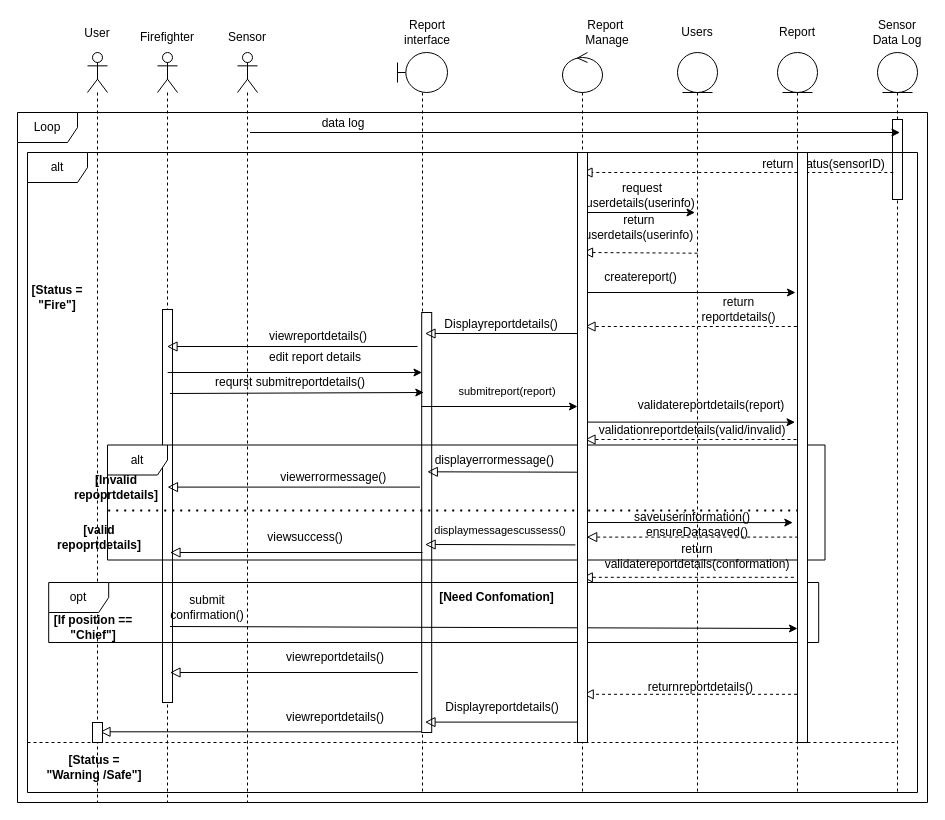
This is page "Report Management SD" (8 of 12) of doc/PSM.drawio from SNFASA/AI-Fire-Monitoring-System, a draw.io file, before an edit. Source tidied: cells renumbered, new cells numbered last; positions are measured from the earlier drawing's top-left corner, leaving out a move shared by most shapes. Both pictures are drawn from the tidied source at 100%, with x=0, y=0 at pixel (17, 17).
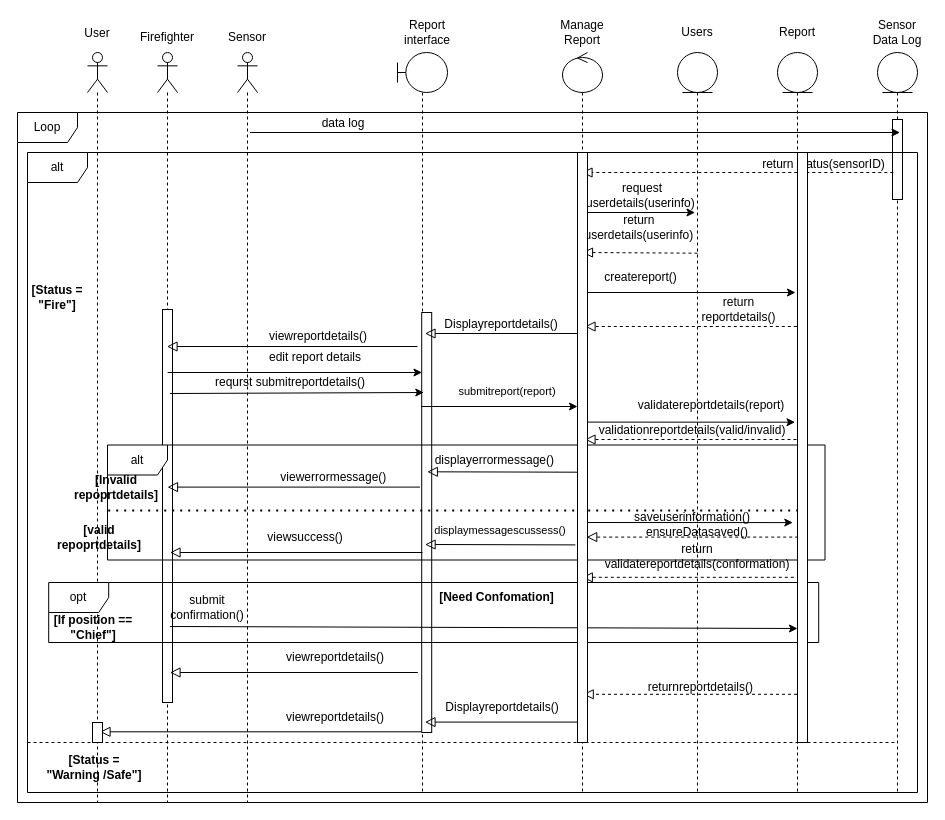
Above is the later version.

The edit, as a diff of the source:
```diff
@@
-    <mxCell id="13" value="Report&amp;nbsp; Manage" style="text;html=1;whiteSpace=wrap;strokeColor=none;fillColor=none;align=center;verticalAlign=middle;rounded=0;" parent="1" vertex="1">
-      <mxGeometry x="560" width="60" height="30" as="geometry" />
+    <mxCell id="13" value="Manage Report" style="text;html=1;whiteSpace=wrap;strokeColor=none;fillColor=none;align=center;verticalAlign=middle;rounded=0;" parent="1" vertex="1">
+      <mxGeometry x="535" width="60" height="30" as="geometry" />
     </mxCell>
```
